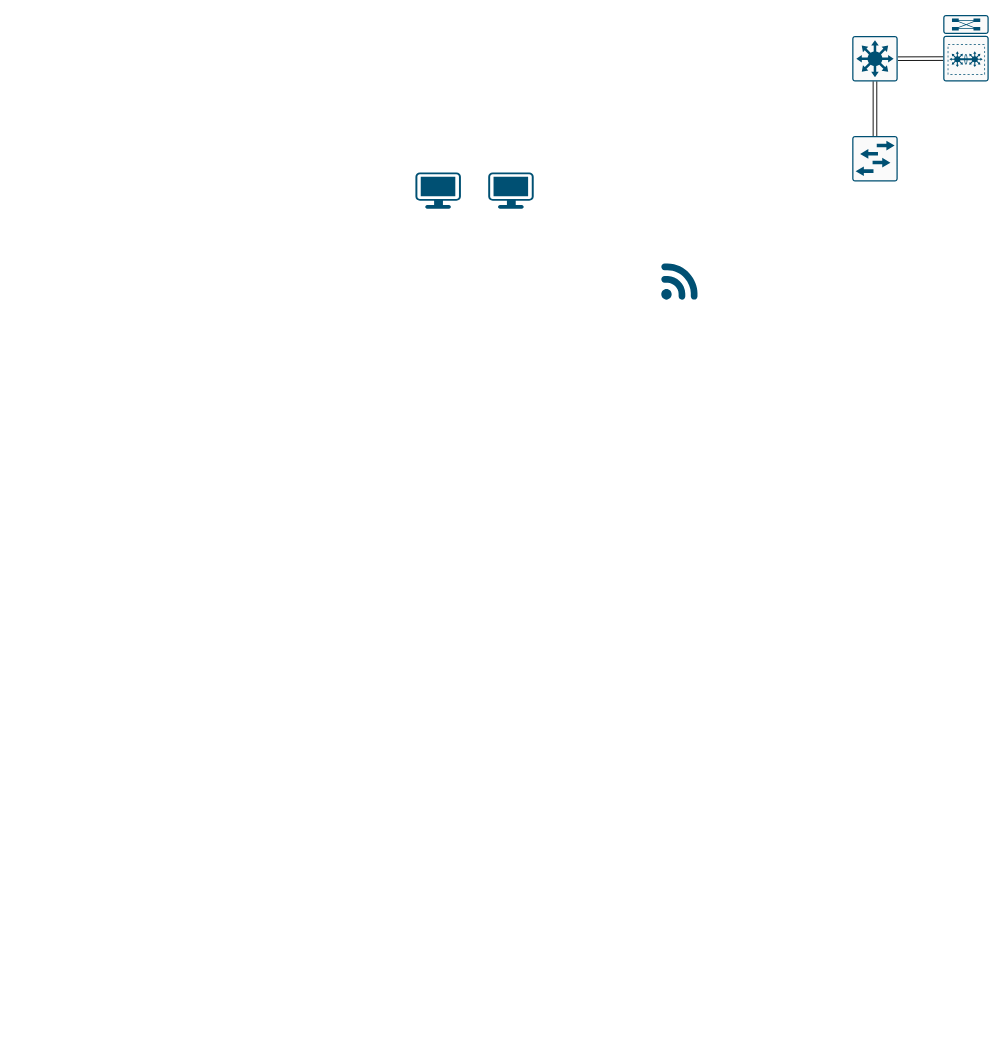
Earlier version of the draw.io diagram Untitled Diagram.drawio (igithub365/Drawings-Network). Source tidied: cells renumbered, new cells numbered last; positions are measured from the earlier drawing's top-left corner, leaving out a move shared by most shapes. Both pictures are drawn from the tidied source at 91%, with x=0, y=0 at pixel (415, 15).
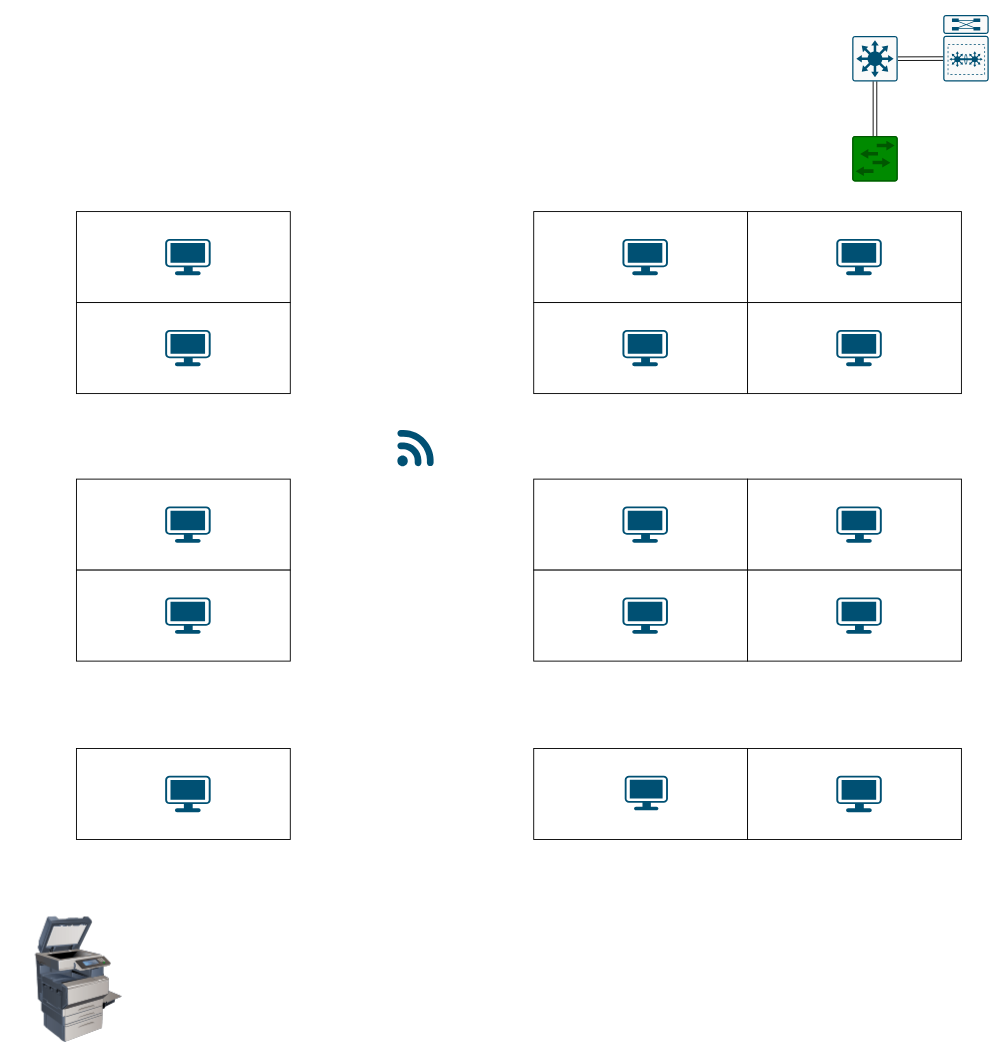
The same page after the edit.

What changed in the source:
```diff
@@
+    <mxCell id="10" style="whiteSpace=wrap;html=1;" parent="1" vertex="1">
+      <mxGeometry x="-372.5" y="216" width="235" height="100" as="geometry" />
+    </mxCell>
@@
-    <mxCell id="5" style="points=[[0.015,0.015,0],[0.985,0.015,0],[0.985,0.985,0],[0.015,0.985,0],[0.25,0,0],[0.5,0,0],[0.75,0,0],[1,0.25,0],[1,0.5,0],[1,0.75,0],[0.75,1,0],[0.5,1,0],[0.25,1,0],[0,0.75,0],[0,0.5,0],[0,0.25,0]];verticalLabelPosition=bottom;html=1;verticalAlign=top;align=center;shape=mxgraph.cisco19.rect;prIcon=l2_switch;fillColor=#FAFAFA;strokeColor=#005073;" parent="1" vertex="1">
+    <mxCell id="5" style="points=[[0.015,0.015,0],[0.985,0.015,0],[0.985,0.985,0],[0.015,0.985,0],[0.25,0,0],[0.5,0,0],[0.75,0,0],[1,0.25,0],[1,0.5,0],[1,0.75,0],[0.75,1,0],[0.5,1,0],[0.25,1,0],[0,0.75,0],[0,0.5,0],[0,0.25,0]];verticalLabelPosition=bottom;html=1;verticalAlign=top;align=center;shape=mxgraph.cisco19.rect;prIcon=l2_switch;fillColor=#008a00;strokeColor=#005700;fontColor=#ffffff;" parent="1" vertex="1">
       <mxGeometry x="480" y="133" width="50" height="50" as="geometry" />
     </mxCell>
@@
-    <mxCell id="7" style="verticalLabelPosition=bottom;html=1;verticalAlign=top;align=center;shape=mxgraph.cisco19.workstation;fillColor=#005073;strokeColor=none;" parent="1" vertex="1">
-      <mxGeometry y="173" width="50" height="40" as="geometry" />
-    </mxCell>
     <mxCell id="8" style="verticalLabelPosition=bottom;html=1;verticalAlign=top;align=center;shape=mxgraph.cisco19.workstation;fillColor=#005073;strokeColor=none;" parent="1" vertex="1">
-      <mxGeometry x="80" y="173" width="50" height="40" as="geometry" />
+      <mxGeometry x="-275" y="246" width="50" height="40" as="geometry" />
     </mxCell>
     <mxCell id="9" style="verticalLabelPosition=bottom;html=1;verticalAlign=top;align=center;shape=mxgraph.cisco19.3g_4g_indicator;fillColor=#005073;strokeColor=none;" parent="1" vertex="1">
-      <mxGeometry x="270" y="273" width="40" height="40" as="geometry" />
+      <mxGeometry x="-20" y="456" width="40" height="40" as="geometry" />
     </mxCell>
+    <mxCell id="11" style="image;html=1;image=img/lib/clip_art/computers/Printer_Commercial_128x128.png;" parent="1" vertex="1">
+      <mxGeometry x="-440" y="990" width="140" height="140" as="geometry" />
+    </mxCell>
+    <mxCell id="12" style="whiteSpace=wrap;html=1;" parent="1" vertex="1">
+      <mxGeometry x="-372.5" y="316" width="235" height="100" as="geometry" />
+    </mxCell>
+    <mxCell id="13" style="verticalLabelPosition=bottom;html=1;verticalAlign=top;align=center;shape=mxgraph.cisco19.workstation;fillColor=#005073;strokeColor=none;" parent="1" vertex="1">
+      <mxGeometry x="-275" y="346" width="50" height="40" as="geometry" />
+    </mxCell>
+    <mxCell id="14" style="whiteSpace=wrap;html=1;" parent="1" vertex="1">
+      <mxGeometry x="130" y="216" width="235" height="100" as="geometry" />
+    </mxCell>
+    <mxCell id="15" style="verticalLabelPosition=bottom;html=1;verticalAlign=top;align=center;shape=mxgraph.cisco19.workstation;fillColor=#005073;strokeColor=none;" parent="1" vertex="1">
+      <mxGeometry x="227.5" y="246" width="50" height="40" as="geometry" />
+    </mxCell>
+    <mxCell id="16" style="whiteSpace=wrap;html=1;" parent="1" vertex="1">
+      <mxGeometry x="365" y="216" width="235" height="100" as="geometry" />
+    </mxCell>
+    <mxCell id="17" style="verticalLabelPosition=bottom;html=1;verticalAlign=top;align=center;shape=mxgraph.cisco19.workstation;fillColor=#005073;strokeColor=none;" parent="1" vertex="1">
+      <mxGeometry x="462.5" y="246" width="50" height="40" as="geometry" />
+    </mxCell>
+    <mxCell id="18" style="whiteSpace=wrap;html=1;" parent="1" vertex="1">
+      <mxGeometry x="130" y="316" width="235" height="100" as="geometry" />
+    </mxCell>
+    <mxCell id="19" style="verticalLabelPosition=bottom;html=1;verticalAlign=top;align=center;shape=mxgraph.cisco19.workstation;fillColor=#005073;strokeColor=none;" parent="1" vertex="1">
+      <mxGeometry x="227.5" y="346" width="50" height="40" as="geometry" />
+    </mxCell>
+    <mxCell id="20" style="whiteSpace=wrap;html=1;" parent="1" vertex="1">
+      <mxGeometry x="365" y="316" width="235" height="100" as="geometry" />
+    </mxCell>
+    <mxCell id="21" style="verticalLabelPosition=bottom;html=1;verticalAlign=top;align=center;shape=mxgraph.cisco19.workstation;fillColor=#005073;strokeColor=none;" parent="1" vertex="1">
+      <mxGeometry x="462.5" y="346" width="50" height="40" as="geometry" />
+    </mxCell>
+    <mxCell id="22" style="whiteSpace=wrap;html=1;" parent="1" vertex="1">
+      <mxGeometry x="130" y="510" width="235" height="100" as="geometry" />
+    </mxCell>
+    <mxCell id="23" style="verticalLabelPosition=bottom;html=1;verticalAlign=top;align=center;shape=mxgraph.cisco19.workstation;fillColor=#005073;strokeColor=none;" parent="1" vertex="1">
+      <mxGeometry x="227.5" y="540" width="50" height="40" as="geometry" />
+    </mxCell>
+    <mxCell id="24" style="whiteSpace=wrap;html=1;" parent="1" vertex="1">
+      <mxGeometry x="365" y="510" width="235" height="100" as="geometry" />
+    </mxCell>
+    <mxCell id="25" style="verticalLabelPosition=bottom;html=1;verticalAlign=top;align=center;shape=mxgraph.cisco19.workstation;fillColor=#005073;strokeColor=none;" parent="1" vertex="1">
+      <mxGeometry x="462.5" y="540" width="50" height="40" as="geometry" />
+    </mxCell>
+    <mxCell id="26" style="whiteSpace=wrap;html=1;" parent="1" vertex="1">
+      <mxGeometry x="130" y="610" width="235" height="100" as="geometry" />
+    </mxCell>
+    <mxCell id="27" style="verticalLabelPosition=bottom;html=1;verticalAlign=top;align=center;shape=mxgraph.cisco19.workstation;fillColor=#005073;strokeColor=none;" parent="1" vertex="1">
+      <mxGeometry x="227.5" y="640" width="50" height="40" as="geometry" />
+    </mxCell>
+    <mxCell id="28" style="whiteSpace=wrap;html=1;" parent="1" vertex="1">
+      <mxGeometry x="365" y="610" width="235" height="100" as="geometry" />
+    </mxCell>
+    <mxCell id="29" style="verticalLabelPosition=bottom;html=1;verticalAlign=top;align=center;shape=mxgraph.cisco19.workstation;fillColor=#005073;strokeColor=none;" parent="1" vertex="1">
+      <mxGeometry x="462.5" y="640" width="50" height="40" as="geometry" />
+    </mxCell>
+    <mxCell id="30" style="whiteSpace=wrap;html=1;" parent="1" vertex="1">
+      <mxGeometry x="130" y="806" width="235" height="100" as="geometry" />
+    </mxCell>
+    <mxCell id="31" style="verticalLabelPosition=bottom;html=1;verticalAlign=top;align=center;shape=mxgraph.cisco19.workstation;fillColor=#005073;strokeColor=none;" parent="1" vertex="1">
+      <mxGeometry x="230" y="836" width="47.5" height="38" as="geometry" />
+    </mxCell>
+    <mxCell id="32" style="whiteSpace=wrap;html=1;" parent="1" vertex="1">
+      <mxGeometry x="365" y="806" width="235" height="100" as="geometry" />
+    </mxCell>
+    <mxCell id="33" style="verticalLabelPosition=bottom;html=1;verticalAlign=top;align=center;shape=mxgraph.cisco19.workstation;fillColor=#005073;strokeColor=none;" parent="1" vertex="1">
+      <mxGeometry x="462.5" y="836" width="50" height="40" as="geometry" />
+    </mxCell>
+    <mxCell id="34" style="whiteSpace=wrap;html=1;" parent="1" vertex="1">
+      <mxGeometry x="-372.5" y="510" width="235" height="100" as="geometry" />
+    </mxCell>
+    <mxCell id="35" style="verticalLabelPosition=bottom;html=1;verticalAlign=top;align=center;shape=mxgraph.cisco19.workstation;fillColor=#005073;strokeColor=none;" parent="1" vertex="1">
+      <mxGeometry x="-275" y="540" width="50" height="40" as="geometry" />
+    </mxCell>
+    <mxCell id="36" style="whiteSpace=wrap;html=1;" parent="1" vertex="1">
+      <mxGeometry x="-372.5" y="610" width="235" height="100" as="geometry" />
+    </mxCell>
+    <mxCell id="37" style="verticalLabelPosition=bottom;html=1;verticalAlign=top;align=center;shape=mxgraph.cisco19.workstation;fillColor=#005073;strokeColor=none;" parent="1" vertex="1">
+      <mxGeometry x="-275" y="640" width="50" height="40" as="geometry" />
+    </mxCell>
+    <mxCell id="38" style="whiteSpace=wrap;html=1;" parent="1" vertex="1">
+      <mxGeometry x="-372.5" y="806" width="235" height="100" as="geometry" />
+    </mxCell>
+    <mxCell id="39" style="verticalLabelPosition=bottom;html=1;verticalAlign=top;align=center;shape=mxgraph.cisco19.workstation;fillColor=#005073;strokeColor=none;" parent="1" vertex="1">
+      <mxGeometry x="-275" y="836" width="50" height="40" as="geometry" />
+    </mxCell>
```
